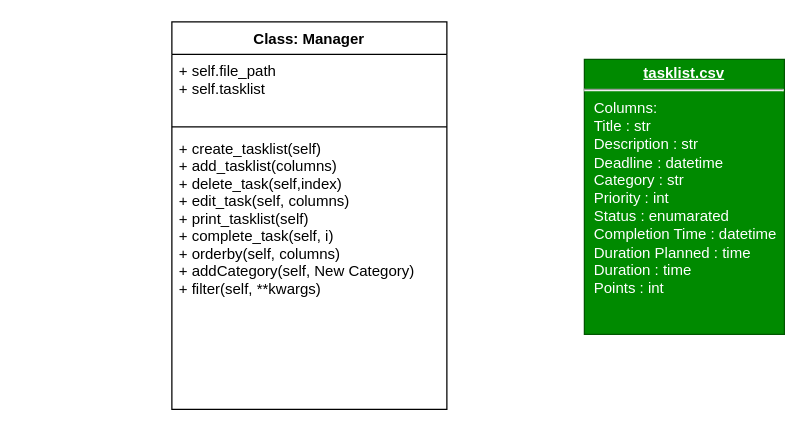
Above: UML.drawio in PythonDataScience24/Personal_Task_manager (draw.io), before the change. Source tidied: cells renumbered, new cells numbered last; positions are measured from the earlier drawing's top-left corner, leaving out a move shared by most shapes. Both pictures are drawn from the tidied source at 125%, with x=0, y=0 at pixel (171, 21).
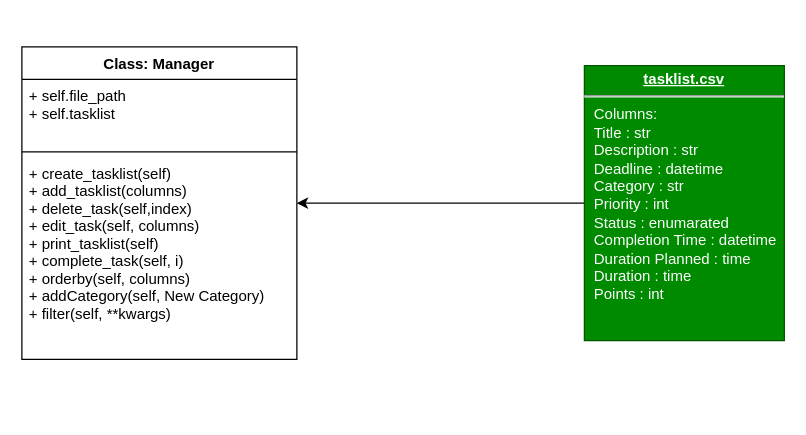
The same page after the edit.

Change to the diagram source:
```diff
@@
 <mxGraphModel>
   <root>
     <mxCell id="0" />
     <mxCell id="1" parent="0" />
     <mxCell id="2" value="Class: Manager" style="swimlane;fontStyle=1;align=center;verticalAlign=top;horizontal=1;startSize=26;" parent="1" vertex="1">
-      <mxGeometry width="220" height="310" as="geometry" />
+      <mxGeometry x="-120" y="20" width="220" height="250" as="geometry" />
     </mxCell>
     <mxCell id="3" value="+ self.file_path&#10;+ self.tasklist" style="text;strokeColor=none;fillColor=none;align=left;verticalAlign=top;spacingLeft=4;spacingRight=4;overflow=hidden;" parent="2" vertex="1">
       <mxGeometry y="26" width="220" height="54" as="geometry" />
     </mxCell>
     <mxCell id="4" style="line;strokeWidth=1;fillColor=none;align=left;verticalAlign=middle;spacingTop=-1;spacingLeft=3;spacingRight=3;labelPosition=right;strokeColor=inherit;" parent="2" vertex="1">
       <mxGeometry y="80" width="220" height="8" as="geometry" />
     </mxCell>
     <mxCell id="5" value="+ create_tasklist(self)&#10;+ add_tasklist(columns)&#10;+ delete_task(self,index)&#10;+ edit_task(self, columns)&#10;+ print_tasklist(self)&#10;+ complete_task(self, i)&#10;+ orderby(self, columns)&#10;+ addCategory(self, New Category)&#10;+ filter(self, **kwargs)" style="text;align=left;verticalAlign=top;spacingLeft=4;spacingRight=4;overflow=hidden;" parent="2" vertex="1">
-      <mxGeometry y="88" width="220" height="222" as="geometry" />
+      <mxGeometry y="88" width="220" height="162" as="geometry" />
     </mxCell>
+    <mxCell id="7" style="edgeStyle=none;html=1;exitX=0;exitY=0.5;exitDx=0;exitDy=0;entryX=1;entryY=0.5;entryDx=0;entryDy=0;fontFamily=Helvetica;" parent="1" edge="1" source="6" target="2">
+      <mxGeometry relative="1" as="geometry" />
+    </mxCell>
     <mxCell id="6" value="&lt;p style=&quot;margin:0px;margin-top:4px;text-align:center;text-decoration:underline;&quot;&gt;&lt;b&gt;tasklist.csv&lt;/b&gt;&lt;/p&gt;&lt;hr&gt;&lt;p style=&quot;margin:0px;margin-left:8px;&quot;&gt;Columns:&lt;/p&gt;&lt;p style=&quot;margin:0px;margin-left:8px;&quot;&gt;Title : str&lt;/p&gt;&lt;p style=&quot;margin:0px;margin-left:8px;&quot;&gt;Description : str&lt;/p&gt;&lt;p style=&quot;margin:0px;margin-left:8px;&quot;&gt;Deadline : datetime&lt;/p&gt;&lt;p style=&quot;margin:0px;margin-left:8px;&quot;&gt;Category : str&lt;/p&gt;&lt;p style=&quot;margin:0px;margin-left:8px;&quot;&gt;Priority : int&lt;/p&gt;&lt;p style=&quot;margin:0px;margin-left:8px;&quot;&gt;Status : enumarated&lt;/p&gt;&lt;p style=&quot;margin:0px;margin-left:8px;&quot;&gt;Completion Time : datetime&lt;/p&gt;&lt;p style=&quot;margin:0px;margin-left:8px;&quot;&gt;Duration Planned : time&lt;/p&gt;&lt;p style=&quot;margin:0px;margin-left:8px;&quot;&gt;Duration : time&lt;/p&gt;&lt;p style=&quot;margin:0px;margin-left:8px;&quot;&gt;Points : int&lt;/p&gt;" style="verticalAlign=top;align=left;overflow=fill;fontSize=12;fontFamily=Helvetica;html=1;fillColor=#008a00;fontColor=#ffffff;strokeColor=#005700;" parent="1" vertex="1">
-      <mxGeometry x="330" y="30" width="160" height="220" as="geometry" />
+      <mxGeometry x="330" y="35" width="160" height="220" as="geometry" />
     </mxCell>
   </root>
 </mxGraphModel>
```
